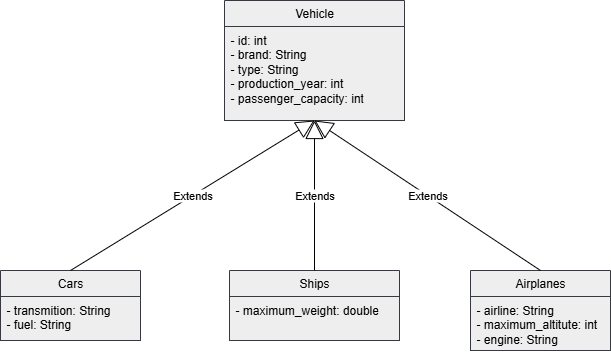
Arz-zrs/Pemrograman-2 keeps this draw.io diagram as Modul 4/PRAK401.png. Above is the earlier version. Source tidied: cells renumbered, new cells last; positions are measured from the earlier drawing's top-left corner, leaving out a move shared by most shapes. Source of this version:
```xml
<mxGraphModel>
  <root>
    <mxCell id="0" />
    <mxCell id="1" parent="0" />
    <mxCell id="2" value="Vehicle" style="swimlane;fontStyle=0;horizontal=1;startSize=26;fillColor=#eeeeee;whiteSpace=wrap;html=1;strokeColor=#36393d;" parent="1" vertex="1">
      <mxGeometry x="224" width="180" height="120" as="geometry" />
    </mxCell>
    <mxCell id="3" value="- id: int&lt;div&gt;- brand: String&lt;/div&gt;&lt;div&gt;- type: String&lt;/div&gt;&lt;div&gt;- production_year: int&lt;/div&gt;&lt;div&gt;- passenger_capacity: int&lt;/div&gt;" style="text;strokeColor=#36393d;fillColor=#eeeeee;align=left;verticalAlign=top;spacingLeft=4;spacingRight=4;overflow=hidden;whiteSpace=wrap;html=1;" parent="2" vertex="1">
      <mxGeometry y="26" width="180" height="94" as="geometry" />
    </mxCell>
    <mxCell id="4" value="Cars" style="swimlane;fontStyle=0;horizontal=1;startSize=26;whiteSpace=wrap;html=1;fillColor=#eeeeee;strokeColor=#36393d;" parent="1" vertex="1">
      <mxGeometry y="270" width="140" height="70" as="geometry" />
    </mxCell>
    <mxCell id="5" value="- transmition: String&lt;div&gt;- fuel: String&lt;/div&gt;" style="text;align=left;verticalAlign=top;spacingLeft=4;spacingRight=4;overflow=hidden;whiteSpace=wrap;html=1;fillColor=#eeeeee;strokeColor=#36393d;" parent="4" vertex="1">
      <mxGeometry y="26" width="140" height="44" as="geometry" />
    </mxCell>
    <mxCell id="6" value="Ships" style="swimlane;fontStyle=0;horizontal=1;startSize=26;whiteSpace=wrap;html=1;fillColor=#eeeeee;strokeColor=#36393d;" parent="1" vertex="1">
      <mxGeometry x="229" y="270" width="170" height="70" as="geometry" />
    </mxCell>
    <mxCell id="7" value="- maximum_weight: double" style="text;align=left;verticalAlign=top;spacingLeft=4;spacingRight=4;overflow=hidden;whiteSpace=wrap;html=1;fillColor=#eeeeee;strokeColor=#36393d;" parent="6" vertex="1">
      <mxGeometry y="26" width="170" height="44" as="geometry" />
    </mxCell>
    <mxCell id="8" value="Airplanes" style="swimlane;fontStyle=0;horizontal=1;startSize=26;whiteSpace=wrap;html=1;fillColor=#eeeeee;strokeColor=#36393d;" parent="1" vertex="1">
      <mxGeometry x="470" y="270" width="140" height="80" as="geometry" />
    </mxCell>
    <mxCell id="9" value="- airline: String&lt;div&gt;- maximum_altitute: int&lt;/div&gt;&lt;div&gt;- engine: String&lt;/div&gt;" style="text;align=left;verticalAlign=top;spacingLeft=4;spacingRight=4;overflow=hidden;whiteSpace=wrap;html=1;fillColor=#eeeeee;strokeColor=#36393d;" parent="8" vertex="1">
      <mxGeometry y="26" width="140" height="54" as="geometry" />
    </mxCell>
    <mxCell id="10" value="Extends" style="endArrow=block;endSize=16;endFill=0;html=1;rounded=0;entryX=0.5;entryY=1;entryDx=0;entryDy=0;exitX=0.5;exitY=0;exitDx=0;exitDy=0;" parent="1" edge="1" source="4" target="2">
      <mxGeometry relative="1" as="geometry" />
    </mxCell>
    <mxCell id="11" value="Extends" style="endArrow=block;endSize=16;endFill=0;html=1;rounded=0;entryX=0.5;entryY=1;entryDx=0;entryDy=0;exitX=0.5;exitY=0;exitDx=0;exitDy=0;" parent="1" edge="1" source="6" target="2">
      <mxGeometry relative="1" as="geometry" />
    </mxCell>
    <mxCell id="12" value="Extends" style="endArrow=block;endSize=16;endFill=0;html=1;rounded=0;entryX=0.5;entryY=1;entryDx=0;entryDy=0;exitX=0.5;exitY=0;exitDx=0;exitDy=0;" parent="1" edge="1" source="8" target="2">
      <mxGeometry relative="1" as="geometry" />
    </mxCell>
  </root>
</mxGraphModel>
```
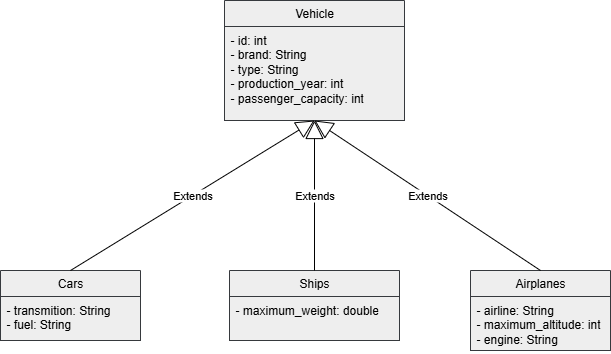
The same diagram one commit later.

Commit message:
Adjusted PRAK4

Change to the diagram source:
```diff
@@ -23,7 +23,7 @@
     <mxCell id="8" value="Airplanes" style="swimlane;fontStyle=0;horizontal=1;startSize=26;whiteSpace=wrap;html=1;fillColor=#eeeeee;strokeColor=#36393d;" parent="1" vertex="1">
       <mxGeometry x="470" y="270" width="140" height="80" as="geometry" />
     </mxCell>
-    <mxCell id="9" value="- airline: String&lt;div&gt;- maximum_altitute: int&lt;/div&gt;&lt;div&gt;- engine: String&lt;/div&gt;" style="text;align=left;verticalAlign=top;spacingLeft=4;spacingRight=4;overflow=hidden;whiteSpace=wrap;html=1;fillColor=#eeeeee;strokeColor=#36393d;" parent="8" vertex="1">
+    <mxCell id="9" value="- airline: String&lt;div&gt;- maximum_altitude: int&lt;/div&gt;&lt;div&gt;- engine: String&lt;/div&gt;" style="text;align=left;verticalAlign=top;spacingLeft=4;spacingRight=4;overflow=hidden;whiteSpace=wrap;html=1;fillColor=#eeeeee;strokeColor=#36393d;" parent="8" vertex="1">
       <mxGeometry y="26" width="140" height="54" as="geometry" />
     </mxCell>
     <mxCell id="10" value="Extends" style="endArrow=block;endSize=16;endFill=0;html=1;rounded=0;entryX=0.5;entryY=1;entryDx=0;entryDy=0;exitX=0.5;exitY=0;exitDx=0;exitDy=0;" parent="1" edge="1" source="4" target="2">
```
